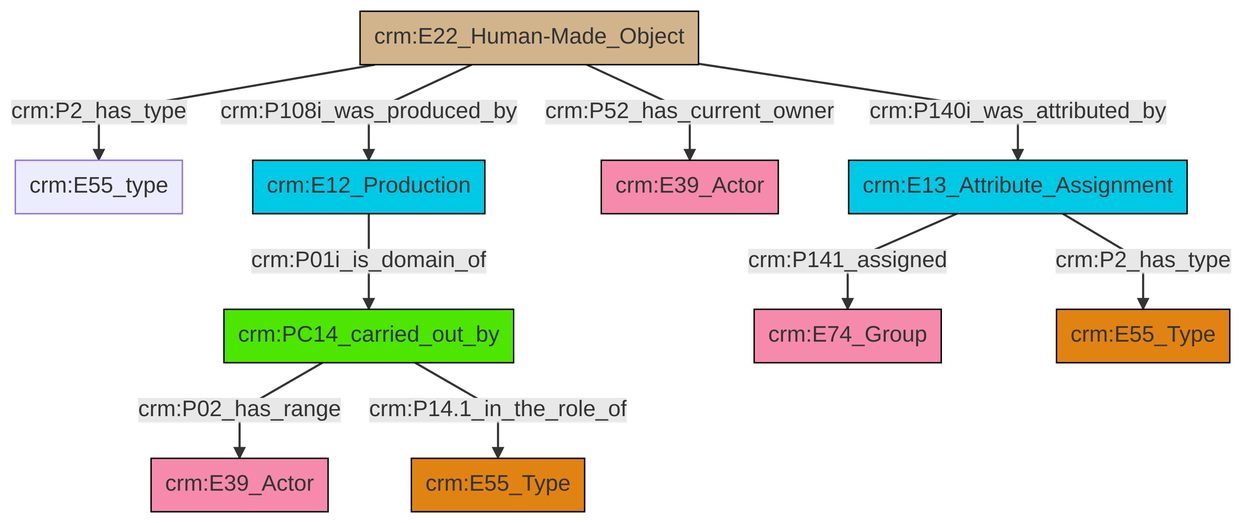
Above: et/builtWorkCSV/ttl/mmd/png/Built_Work_actor_relations.png in swiss-art-research-net/docs.swissartresearch (Mermaid), before the change. Its source is kept beside it as et/builtWorkCSV/ttl/mmd/Built_Work_actor_relations.ttl.mmd.
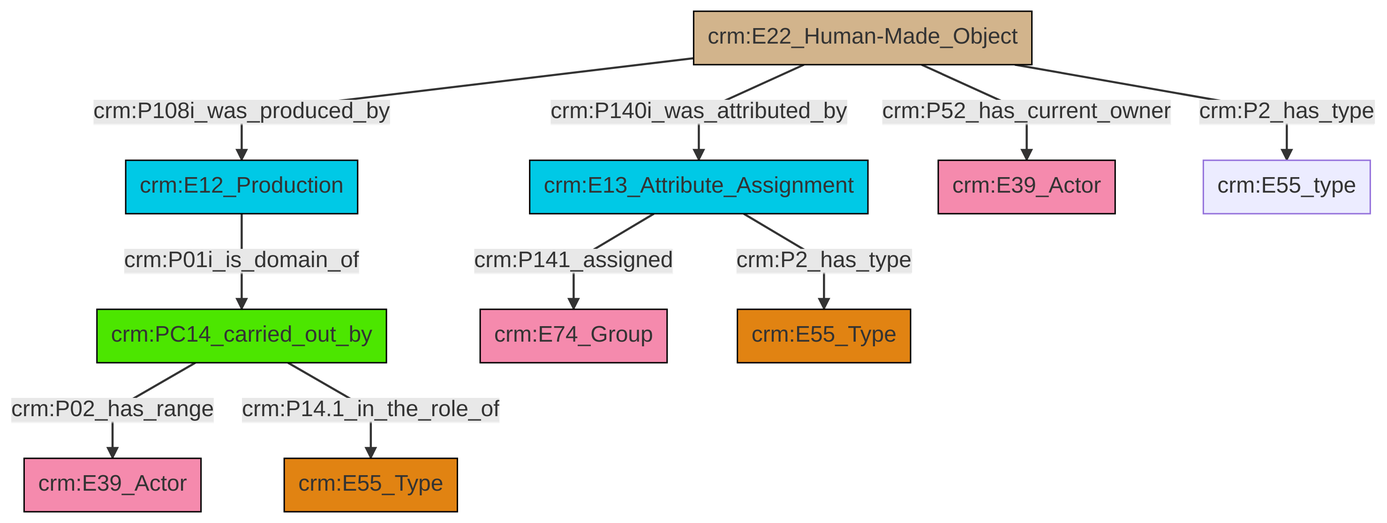
Later version of the same file.

Change to the diagram source:
```diff
@@ -13,12 +13,12 @@
 classDef PC_Classes fill:#4ce600, stroke:#000000;
 classDef Multi fill:#cccccc,stroke:#000000;
 
-0["crm:E13_Attribute_Assignment"]:::Temporal_Entity -->|crm:P141_assigned| 1["crm:E74_Group"]:::Actor
-2["crm:E22_Human-Made_Object"]:::Physical_Thing -->|crm:P2_has_type| 3["crm:E55_type"]:::Default
-2["crm:E22_Human-Made_Object"]:::Physical_Thing -->|crm:P108i_was_produced_by| 4["crm:E12_Production"]:::Temporal_Entity
-7["crm:PC14_carried_out_by"]:::PC_Classes -->|crm:P02_has_range| 5["crm:E39_Actor"]:::Actor
-7["crm:PC14_carried_out_by"]:::PC_Classes -->|crm:P14.1_in_the_role_of| 8["crm:E55_Type"]:::Type
-2["crm:E22_Human-Made_Object"]:::Physical_Thing -->|crm:P52_has_current_owner| 14["crm:E39_Actor"]:::Actor
-0["crm:E13_Attribute_Assignment"]:::Temporal_Entity -->|crm:P2_has_type| 12["crm:E55_Type"]:::Type
-2["crm:E22_Human-Made_Object"]:::Physical_Thing -->|crm:P140i_was_attributed_by| 0["crm:E13_Attribute_Assignment"]:::Temporal_Entity
-4["crm:E12_Production"]:::Temporal_Entity -->|crm:P01i_is_domain_of| 7["crm:PC14_carried_out_by"]:::PC_Classes
+0["crm:E22_Human-Made_Object"]:::Physical_Thing -->|crm:P108i_was_produced_by| 1["crm:E12_Production"]:::Temporal_Entity
+2["crm:PC14_carried_out_by"]:::PC_Classes -->|crm:P02_has_range| 3["crm:E39_Actor"]:::Actor
+0["crm:E22_Human-Made_Object"]:::Physical_Thing -->|crm:P52_has_current_owner| 8["crm:E39_Actor"]:::Actor
+4["crm:E13_Attribute_Assignment"]:::Temporal_Entity -->|crm:P141_assigned| 6["crm:E74_Group"]:::Actor
+4["crm:E13_Attribute_Assignment"]:::Temporal_Entity -->|crm:P2_has_type| 9["crm:E55_Type"]:::Type
+2["crm:PC14_carried_out_by"]:::PC_Classes -->|crm:P14.1_in_the_role_of| 12["crm:E55_Type"]:::Type
+0["crm:E22_Human-Made_Object"]:::Physical_Thing -->|crm:P2_has_type| 13["crm:E55_type"]:::Default
+1["crm:E12_Production"]:::Temporal_Entity -->|crm:P01i_is_domain_of| 2["crm:PC14_carried_out_by"]:::PC_Classes
+0["crm:E22_Human-Made_Object"]:::Physical_Thing -->|crm:P140i_was_attributed_by| 4["crm:E13_Attribute_Assignment"]:::Temporal_Entity
```
